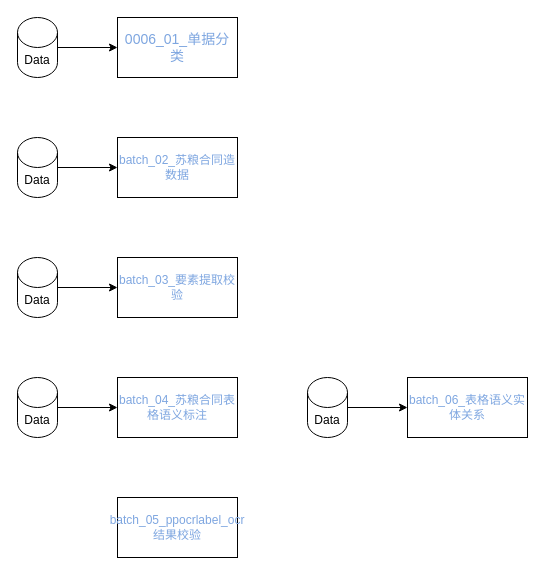
Above: page "第 1 页" (2 of 2) of TagTaskRelationship.drawio in Saiable/drawio (draw.io), before the change. Source tidied: cells renumbered, new cells numbered last; positions are measured from the earlier drawing's top-left corner, leaving out a move shared by most shapes. Both pictures are drawn from the tidied source at 100%, with x=0, y=0 at pixel (17, 17).
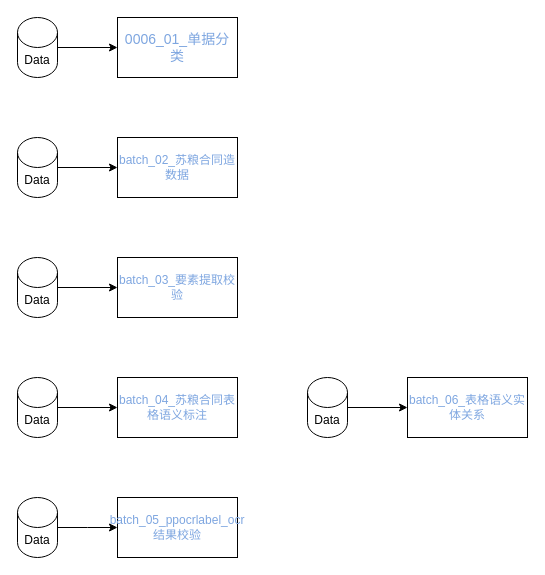
The same page after the edit.

Diff of the diagram source:
```diff
@@
+    <mxCell id="18" style="edgeStyle=orthogonalEdgeStyle;rounded=0;jettySize=auto;html=1;entryX=0;entryY=0.5;entryDx=0;entryDy=0;" parent="1" edge="1" source="19">
+      <mxGeometry relative="1" as="geometry">
+        <mxPoint x="100" y="510" as="targetPoint" />
+      </mxGeometry>
+    </mxCell>
+    <mxCell id="19" value="Data" style="shape=cylinder3;whiteSpace=wrap;html=1;boundedLbl=1;backgroundOutline=1;size=15;" parent="1" vertex="1">
+      <mxGeometry y="480" width="40" height="60" as="geometry" />
+    </mxCell>
```
